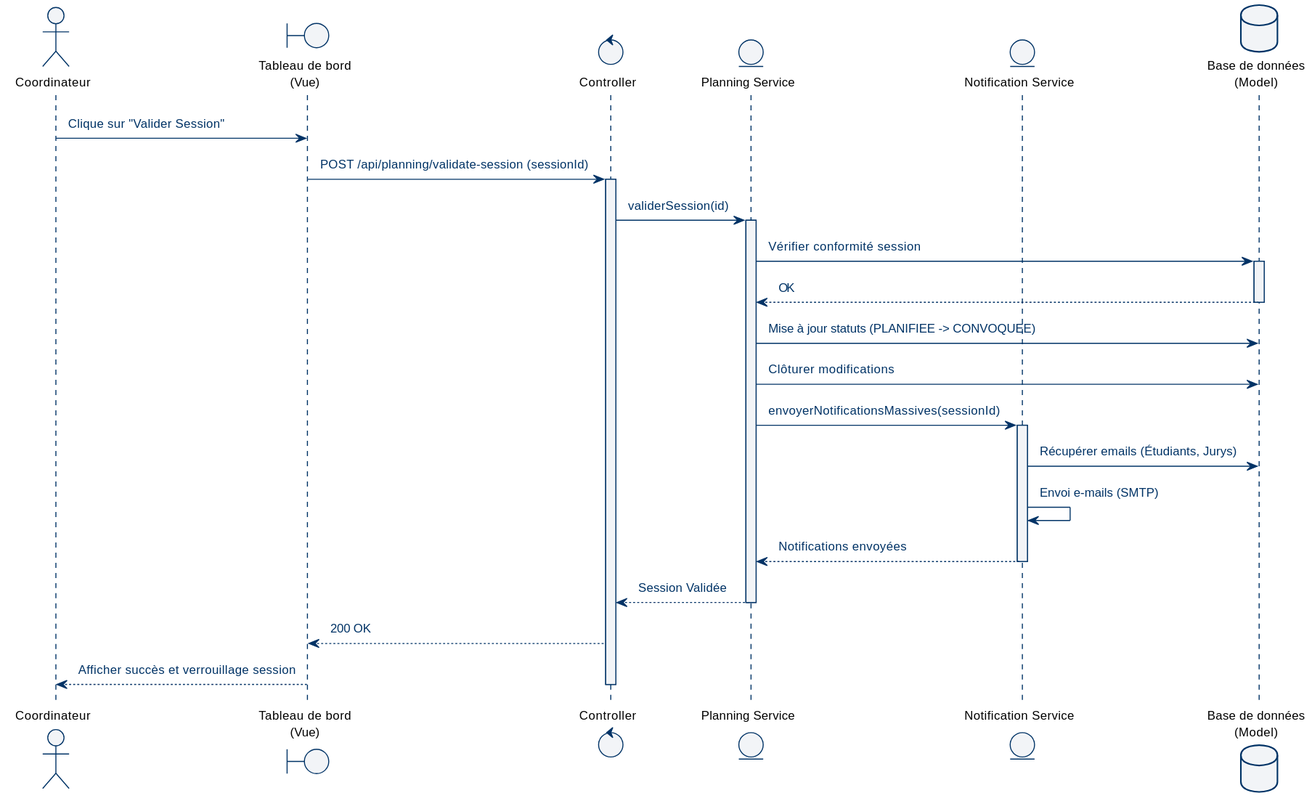
Earlier version of the PlantUML export docs/diagrams/svg/seq_validate_planning.svg (abdelaziz-ebourki/system-gestion-soutenance). The source it was exported from:
```plantuml
@startuml
!theme pfe from .

actor "Coordinateur" as Coord
boundary "Tableau de bord\n(Vue)" as Front
control "Controller" as Controller
entity "Planning Service" as Service
entity "Notification Service" as Notify
database "Base de données\n(Model)" as DB

Coord -> Front : Clique sur "Valider Session"
Front -> Controller : POST /api/planning/validate-session (sessionId)
activate Controller

Controller -> Service : validerSession(id)
activate Service

Service -> DB : Vérifier conformité session
activate DB
DB --> Service : OK
deactivate DB

Service -> DB : Mise à jour statuts (PLANIFIEE -> CONVOQUEE)
Service -> DB : Clôturer modifications

Service -> Notify : envoyerNotificationsMassives(sessionId)
activate Notify
Notify -> DB : Récupérer emails (Étudiants, Jurys)
Notify -> Notify : Envoi e-mails (SMTP)
Notify --> Service : Notifications envoyées
deactivate Notify

Service --> Controller : Session Validée
deactivate Service

Controller --> Front : 200 OK
Front --> Coord : Afficher succès et verrouillage session
deactivate Controller
@enduml
```
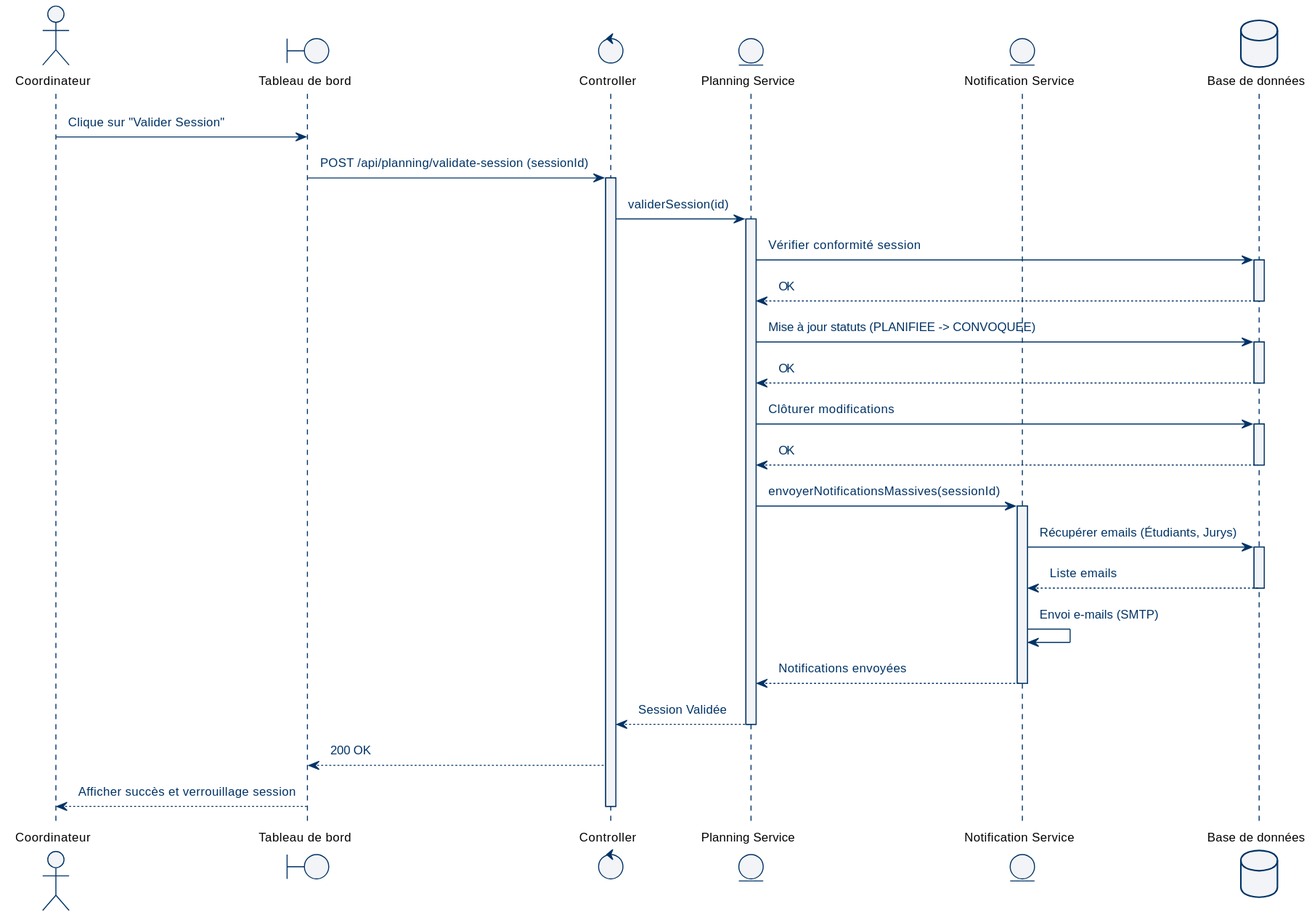
The same diagram one commit later.

Diff of the diagram source:
```diff
@@ -2,11 +2,11 @@
 !theme pfe from .
 
 actor "Coordinateur" as Coord
-boundary "Tableau de bord\n(Vue)" as Front
+boundary "Tableau de bord" as Front
 control "Controller" as Controller
 entity "Planning Service" as Service
 entity "Notification Service" as Notify
-database "Base de données\n(Model)" as DB
+database "Base de données" as DB
 
 Coord -> Front : Clique sur "Valider Session"
 Front -> Controller : POST /api/planning/validate-session (sessionId)
@@ -21,11 +21,21 @@
 deactivate DB
 
 Service -> DB : Mise à jour statuts (PLANIFIEE -> CONVOQUEE)
+activate DB
+DB --> Service : OK
+deactivate DB
+
 Service -> DB : Clôturer modifications
+activate DB
+DB --> Service : OK
+deactivate DB
 
 Service -> Notify : envoyerNotificationsMassives(sessionId)
 activate Notify
 Notify -> DB : Récupérer emails (Étudiants, Jurys)
+activate DB
+DB --> Notify : Liste emails
+deactivate DB
 Notify -> Notify : Envoi e-mails (SMTP)
 Notify --> Service : Notifications envoyées
 deactivate Notify
```
